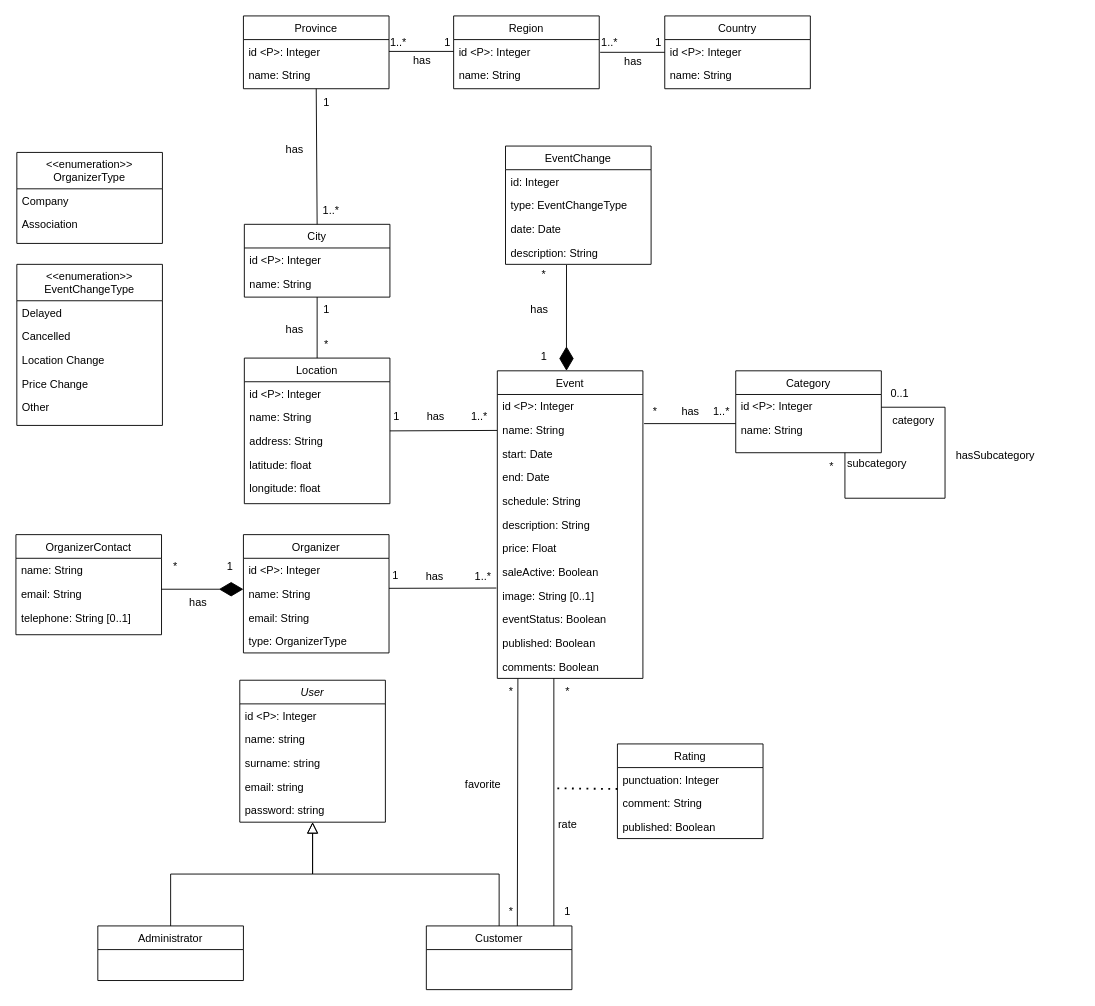
The draw.io diagram conceptual-diagram.drawio in danielpilot/event-database, before the edit. Source tidied: cells renumbered, new cells numbered last; positions are measured from the earlier drawing's top-left corner, leaving out a move shared by most shapes. Both pictures are drawn from the tidied source at 91%, with x=0, y=0 at pixel (15, 15).
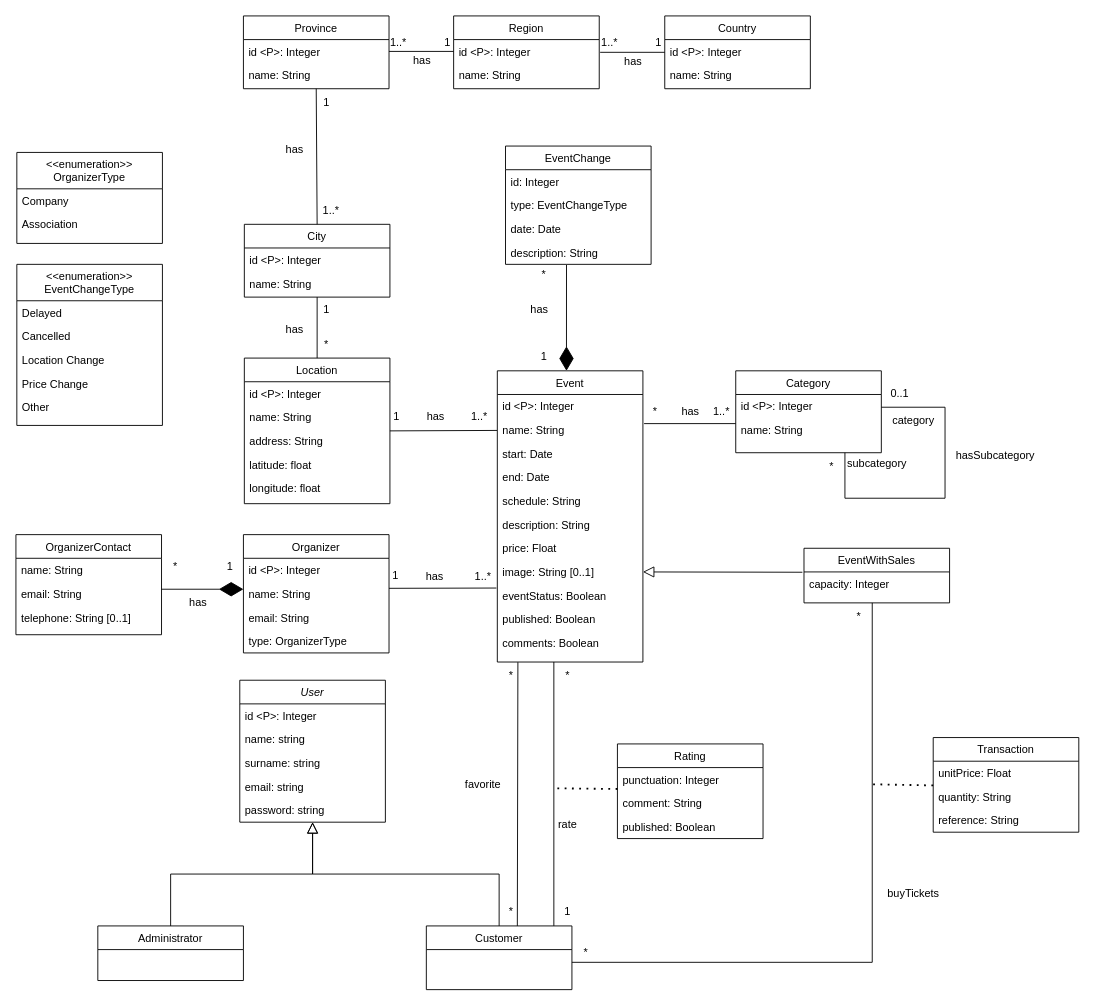
The same page after the edit.

Diff of the diagram source:
```diff
@@
     <mxCell id="12" value="Event" style="swimlane;fontStyle=0;align=center;verticalAlign=top;horizontal=1;startSize=26;rounded=0;shadow=0;strokeWidth=1;" parent="1" vertex="1">
-      <mxGeometry x="529" y="390" width="160" height="338" as="geometry" />
+      <mxGeometry x="529" y="390" width="160" height="320" as="geometry" />
     </mxCell>
@@
-    <mxCell id="20" value="saleActive: Boolean" style="text;align=left;verticalAlign=top;spacingLeft=4;spacingRight=4;overflow=hidden;rounded=0;shadow=0;html=0;" parent="12" vertex="1">
-      <mxGeometry y="208" width="160" height="26" as="geometry" />
-    </mxCell>
     <mxCell id="21" value="image: String [0..1]" style="text;align=left;verticalAlign=top;spacingLeft=4;spacingRight=4;overflow=hidden;points=[[0,0.5],[1,0.5]];portConstraint=eastwest;rounded=0;shadow=0;html=0;" parent="12" vertex="1">
-      <mxGeometry y="234" width="160" height="26" as="geometry" />
+      <mxGeometry y="208" width="160" height="26" as="geometry" />
     </mxCell>
     <mxCell id="22" value="eventStatus: Boolean" style="text;align=left;verticalAlign=top;spacingLeft=4;spacingRight=4;overflow=hidden;rounded=0;shadow=0;html=0;" parent="12" vertex="1">
-      <mxGeometry y="260" width="160" height="26" as="geometry" />
+      <mxGeometry y="234" width="160" height="26" as="geometry" />
     </mxCell>
     <mxCell id="23" value="published: Boolean" style="text;align=left;verticalAlign=top;spacingLeft=4;spacingRight=4;overflow=hidden;rounded=0;shadow=0;html=0;" parent="12" vertex="1">
-      <mxGeometry y="286" width="160" height="26" as="geometry" />
+      <mxGeometry y="260" width="160" height="26" as="geometry" />
     </mxCell>
     <mxCell id="24" value="comments: Boolean" style="text;align=left;verticalAlign=top;spacingLeft=4;spacingRight=4;overflow=hidden;rounded=0;shadow=0;html=0;" parent="12" vertex="1">
-      <mxGeometry y="312" width="160" height="26" as="geometry" />
+      <mxGeometry y="286" width="160" height="26" as="geometry" />
     </mxCell>
@@
     <mxCell id="115" value="*" style="text;html=1;align=center;verticalAlign=middle;points=[];strokeColor=none;fillColor=none;" parent="1" vertex="1">
-      <mxGeometry x="529" y="728" width="30" height="30" as="geometry" />
+      <mxGeometry x="529" y="710" width="30" height="30" as="geometry" />
     </mxCell>
@@
     <mxCell id="119" value="*" style="text;html=1;align=center;verticalAlign=middle;points=[];strokeColor=none;fillColor=none;" parent="1" vertex="1">
-      <mxGeometry x="591" y="728" width="30" height="30" as="geometry" />
+      <mxGeometry x="591" y="710" width="30" height="30" as="geometry" />
     </mxCell>
@@
+    <mxCell id="127" value="EventWithSales&#10;" style="swimlane;fontStyle=0;align=center;verticalAlign=top;horizontal=1;startSize=26;rounded=0;shadow=0;strokeWidth=1;" parent="1" vertex="1">
+      <mxGeometry x="866" y="585" width="160" height="60" as="geometry" />
+    </mxCell>
+    <mxCell id="128" value="capacity: Integer" style="text;align=left;verticalAlign=top;spacingLeft=4;spacingRight=4;overflow=hidden;points=[[0,0.5],[1,0.5]];portConstraint=eastwest;rounded=0;shadow=0;html=0;" parent="127" vertex="1">
+      <mxGeometry y="26" width="160" height="26" as="geometry" />
+    </mxCell>
+    <mxCell id="129" style="endArrow=block;endSize=10;endFill=0;shadow=0;strokeWidth=1;rounded=0;curved=0;edgeStyle=elbowEdgeStyle;elbow=vertical;exitX=-0.011;exitY=0.013;exitDx=0;exitDy=0;exitPerimeter=0;" parent="1" edge="1" source="128" target="21">
+      <mxGeometry relative="1" as="geometry" />
+    </mxCell>
+    <mxCell id="130" style="endArrow=none;html=1;rounded=0;" parent="1" edge="1">
+      <mxGeometry relative="1" as="geometry">
+        <mxPoint x="611" y="1040" as="sourcePoint" />
+        <mxPoint x="941" y="1040" as="targetPoint" />
+      </mxGeometry>
+    </mxCell>
+    <mxCell id="131" style="endArrow=none;html=1;rounded=0;" parent="1" edge="1">
+      <mxGeometry relative="1" as="geometry">
+        <mxPoint x="941" y="645" as="sourcePoint" />
+        <mxPoint x="941" y="1040" as="targetPoint" />
+      </mxGeometry>
+    </mxCell>
+    <mxCell id="132" value="*" style="text;html=1;align=center;verticalAlign=middle;strokeColor=none;fillColor=none;" parent="1" vertex="1">
+      <mxGeometry x="611" y="1015" width="30" height="30" as="geometry" />
+    </mxCell>
+    <mxCell id="133" value="*" style="text;html=1;align=center;verticalAlign=middle;strokeColor=none;fillColor=none;" parent="1" vertex="1">
+      <mxGeometry x="911" y="645" width="30" height="30" as="geometry" />
+    </mxCell>
+    <mxCell id="134" style="endArrow=none;dashed=1;html=1;dashPattern=1 3;strokeWidth=2;rounded=0;entryX=0;entryY=0.904;entryDx=0;entryDy=0;entryPerimeter=0;" parent="1" edge="1">
+      <mxGeometry relative="1" as="geometry">
+        <mxPoint x="942" y="844.4" as="sourcePoint" />
+        <mxPoint x="1008" y="845.6" as="targetPoint" />
+      </mxGeometry>
+    </mxCell>
+    <mxCell id="135" value="Transaction" style="swimlane;fontStyle=0;align=center;verticalAlign=top;horizontal=1;startSize=26;rounded=0;shadow=0;strokeWidth=1;" parent="1" vertex="1">
+      <mxGeometry x="1008" y="793" width="160" height="104" as="geometry" />
+    </mxCell>
+    <mxCell id="136" value="unitPrice: Float" style="text;align=left;verticalAlign=top;spacingLeft=4;spacingRight=4;overflow=hidden;rounded=0;shadow=0;html=0;" parent="135" vertex="1">
+      <mxGeometry y="26" width="160" height="26" as="geometry" />
+    </mxCell>
+    <mxCell id="137" value="quantity: String" style="text;align=left;verticalAlign=top;spacingLeft=4;spacingRight=4;overflow=hidden;rounded=0;shadow=0;html=0;" parent="135" vertex="1">
+      <mxGeometry y="52" width="160" height="26" as="geometry" />
+    </mxCell>
+    <mxCell id="138" value="reference: String" style="text;align=left;verticalAlign=top;spacingLeft=4;spacingRight=4;overflow=hidden;rounded=0;shadow=0;html=0;" parent="135" vertex="1">
+      <mxGeometry y="78" width="160" height="26" as="geometry" />
+    </mxCell>
+    <mxCell id="139" value="buyTickets" style="text;html=1;align=center;verticalAlign=middle;strokeColor=none;fillColor=none;" parent="1" vertex="1">
+      <mxGeometry x="946" y="950" width="80" height="30" as="geometry" />
+    </mxCell>
```
